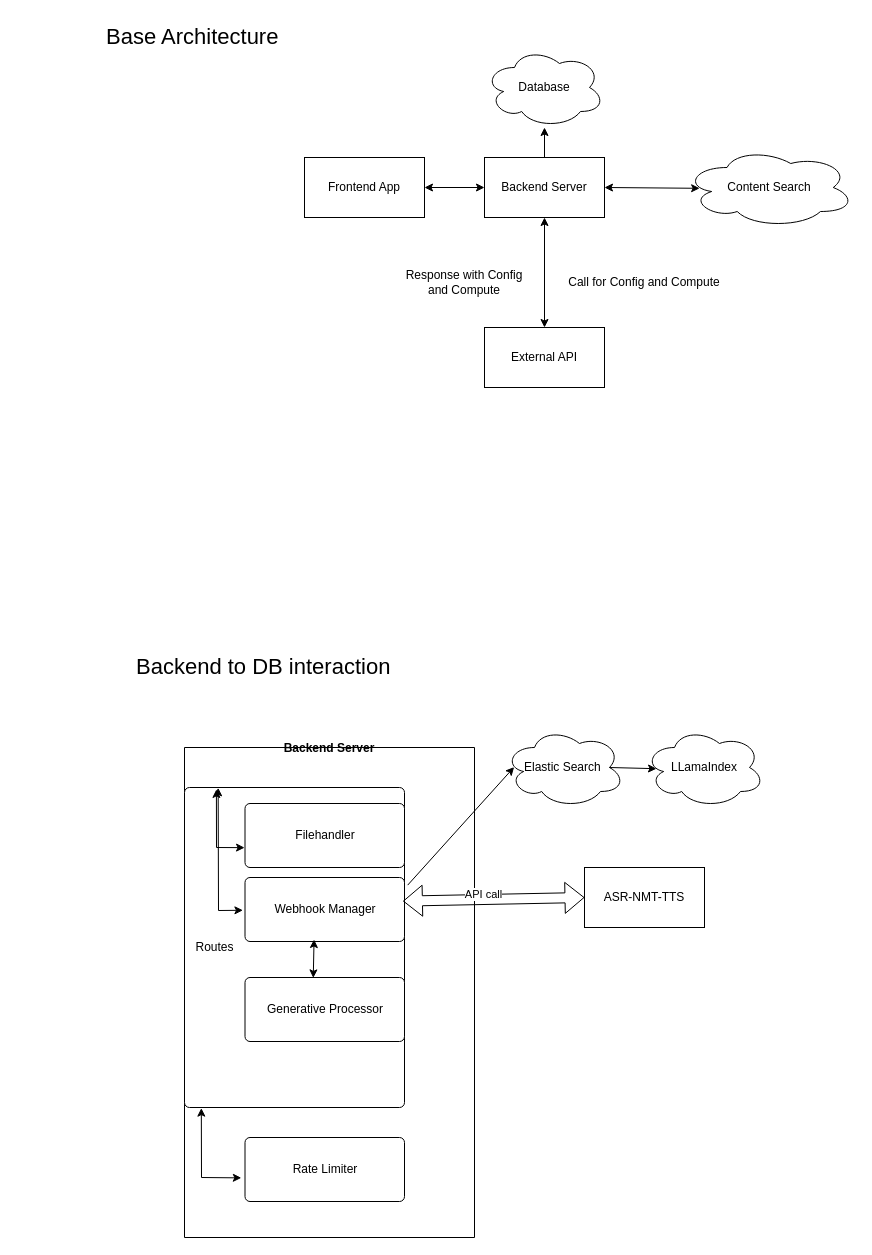
Earlier version of the draw.io diagram System Architecture.drawio (Paas-ai/Counsel). Source tidied: cells renumbered, new cells numbered last; positions are measured from the earlier drawing's top-left corner, leaving out a move shared by most shapes. Both pictures are drawn from the tidied source at 100%, with x=0, y=0 at pixel (104, 17).
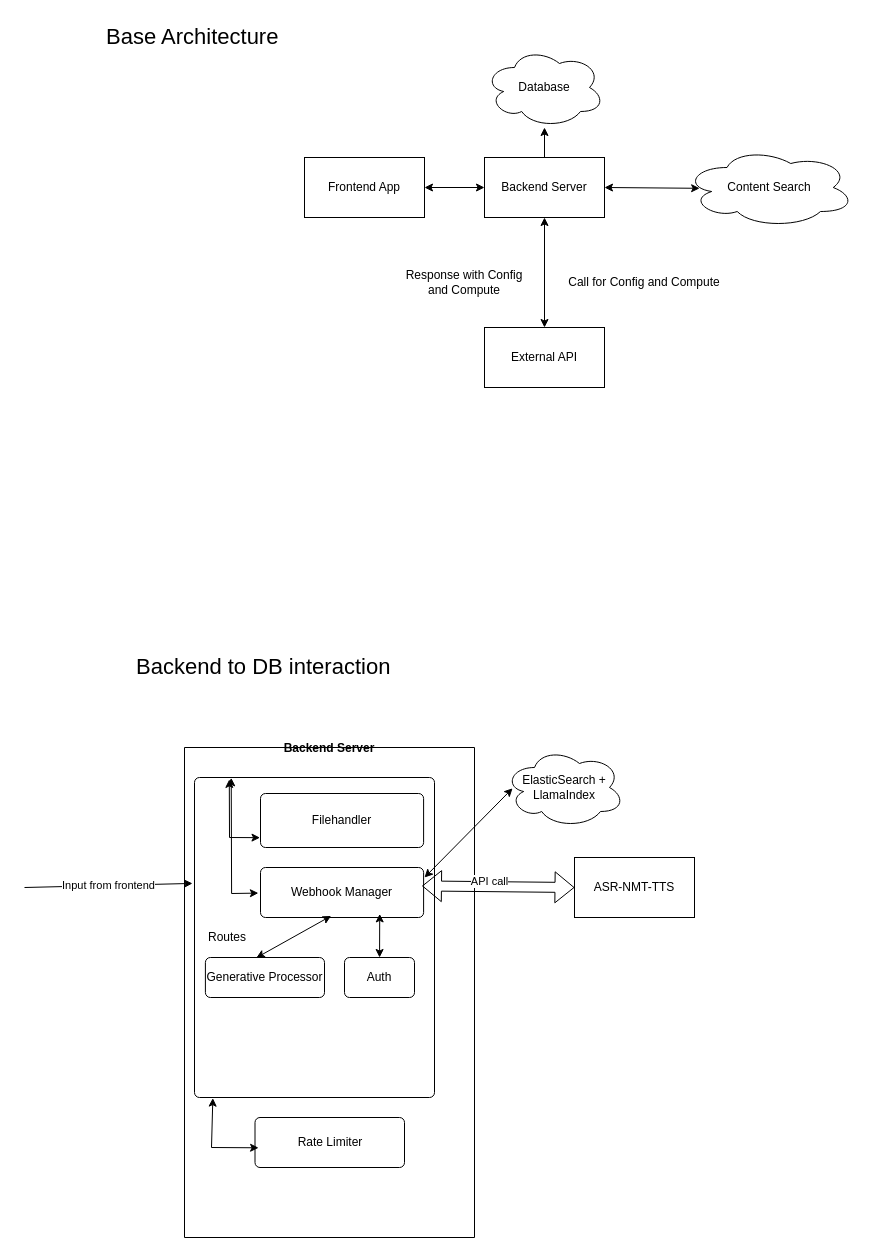
The same diagram, later.

The change refers to these unchanged cells:
```xml
<mxCell id="18" value="Backend Server" style="swimlane;startSize=0;" parent="1" vertex="1">
  <mxGeometry x="80" y="730" width="290" height="490" as="geometry" />
</mxCell>
```

Diff of the diagram source:
```diff
@@
-    <mxCell id="14" value="Elastic Search&amp;nbsp;" style="ellipse;shape=cloud;whiteSpace=wrap;html=1;" parent="1" vertex="1">
-      <mxGeometry x="400" y="710" width="120" height="80" as="geometry" />
+    <mxCell id="14" value="ElasticSearch + LlamaIndex" style="ellipse;shape=cloud;whiteSpace=wrap;html=1;" parent="1" vertex="1">
+      <mxGeometry x="400" y="730" width="120" height="80" as="geometry" />
     </mxCell>
-    <mxCell id="15" style="endArrow=classic;html=1;rounded=0;exitX=0.875;exitY=0.5;exitDx=0;exitDy=0;exitPerimeter=0;entryX=0.1;entryY=0.515;entryDx=0;entryDy=0;entryPerimeter=0;" parent="1" edge="1" source="14" target="16">
-      <mxGeometry relative="1" as="geometry" />
-    </mxCell>
-    <mxCell id="16" value="LLamaIndex" style="ellipse;shape=cloud;whiteSpace=wrap;html=1;" parent="1" vertex="1">
-      <mxGeometry x="540" y="710" width="120" height="80" as="geometry" />
-    </mxCell>
-    <mxCell id="17" style="endArrow=classic;html=1;rounded=0;exitX=1.02;exitY=0.119;exitDx=0;exitDy=0;entryX=0.08;entryY=0.495;entryDx=0;entryDy=0;entryPerimeter=0;exitPerimeter=0;" parent="1" edge="1" source="22" target="14">
-      <mxGeometry relative="1" as="geometry" />
-    </mxCell>
@@
     <mxCell id="19" style="rounded=1;absoluteArcSize=1;html=1;arcSize=10;" parent="18" vertex="1">
-      <mxGeometry y="40" width="220" height="320" as="geometry" />
+      <mxGeometry x="10" y="30" width="240" height="320" as="geometry" />
     </mxCell>
     <mxCell id="20" value="Routes" style="html=1;shape=mxgraph.er.anchor;whiteSpace=wrap;" parent="19" vertex="1">
-      <mxGeometry width="60.5" height="320" as="geometry" />
+      <mxGeometry width="66" height="320" as="geometry" />
     </mxCell>
     <mxCell id="21" value="Filehandler" style="rounded=1;absoluteArcSize=1;html=1;arcSize=10;whiteSpace=wrap;strokeColor=inherit;fillColor=inherit;" parent="19" vertex="1">
-      <mxGeometry x="60.5" y="16" width="159.5" height="64" as="geometry" />
+      <mxGeometry x="66" y="16" width="163.1" height="54" as="geometry" />
     </mxCell>
     <mxCell id="22" value="Webhook Manager" style="rounded=1;absoluteArcSize=1;html=1;arcSize=10;whiteSpace=wrap;points=[];strokeColor=inherit;fillColor=inherit;" parent="19" vertex="1">
-      <mxGeometry x="60.5" y="90" width="159.5" height="64" as="geometry" />
+      <mxGeometry x="66" y="90" width="163.1" height="50" as="geometry" />
     </mxCell>
     <mxCell id="23" style="endArrow=classic;startArrow=classic;html=1;rounded=0;exitX=-0.013;exitY=0.512;exitDx=0;exitDy=0;exitPerimeter=0;entryX=0.153;entryY=0.001;entryDx=0;entryDy=0;entryPerimeter=0;" parent="19" edge="1" source="22" target="19">
       <mxGeometry relative="1" as="geometry">
         <Array as="points">
-          <mxPoint x="34" y="123" />
+          <mxPoint x="37.1" y="116" />
         </Array>
       </mxGeometry>
     </mxCell>
     <mxCell id="24" value="Generative Processor" style="rounded=1;absoluteArcSize=1;html=1;arcSize=10;whiteSpace=wrap;points=[];strokeColor=inherit;fillColor=inherit;" parent="19" vertex="1">
-      <mxGeometry x="60.5" y="190" width="159.5" height="64" as="geometry" />
+      <mxGeometry x="10.9" y="180" width="119.1" height="40" as="geometry" />
     </mxCell>
@@
+    <mxCell id="33" value="Auth" style="rounded=1;absoluteArcSize=1;html=1;arcSize=10;whiteSpace=wrap;points=[];strokeColor=inherit;fillColor=inherit;" parent="19" vertex="1">
+      <mxGeometry x="150" y="180" width="70" height="40" as="geometry" />
+    </mxCell>
+    <mxCell id="34" style="endArrow=classic;startArrow=classic;html=1;rounded=0;entryX=0.731;entryY=0.928;entryDx=0;entryDy=0;entryPerimeter=0;" parent="19" edge="1" source="33" target="22">
+      <mxGeometry relative="1" as="geometry" />
+    </mxCell>
     <mxCell id="26" style="endArrow=classic;startArrow=classic;html=1;rounded=0;exitX=0.273;exitY=0.188;exitDx=0;exitDy=0;exitPerimeter=0;entryX=0.145;entryY=0.006;entryDx=0;entryDy=0;entryPerimeter=0;" parent="18" edge="1" source="19" target="19">
       <mxGeometry relative="1" as="geometry">
         <Array as="points">
-          <mxPoint x="32" y="100" />
+          <mxPoint x="45" y="90" />
         </Array>
       </mxGeometry>
     </mxCell>
     <mxCell id="27" value="Rate Limiter" style="rounded=1;absoluteArcSize=1;html=1;arcSize=10;whiteSpace=wrap;points=[];strokeColor=inherit;fillColor=inherit;" parent="18" vertex="1">
-      <mxGeometry x="60.5" y="390" width="159.5" height="64" as="geometry" />
+      <mxGeometry x="70.5" y="370" width="149.5" height="50" as="geometry" />
     </mxCell>
-    <mxCell id="28" style="endArrow=classic;startArrow=classic;html=1;rounded=0;exitX=0.278;exitY=1.002;exitDx=0;exitDy=0;exitPerimeter=0;entryX=-0.023;entryY=0.631;entryDx=0;entryDy=0;entryPerimeter=0;" parent="18" edge="1" source="20" target="27">
+    <mxCell id="28" style="endArrow=classic;startArrow=classic;html=1;rounded=0;exitX=0.278;exitY=1.002;exitDx=0;exitDy=0;exitPerimeter=0;entryX=0.024;entryY=0.606;entryDx=0;entryDy=0;entryPerimeter=0;" parent="18" edge="1" source="20" target="27">
       <mxGeometry relative="1" as="geometry">
         <Array as="points">
-          <mxPoint x="17" y="430" />
+          <mxPoint x="27" y="400" />
         </Array>
       </mxGeometry>
     </mxCell>
+    <mxCell id="35" style="endArrow=classic;startArrow=classic;html=1;rounded=0;entryX=0.067;entryY=0.51;entryDx=0;entryDy=0;entryPerimeter=0;" parent="18" edge="1" target="14">
+      <mxGeometry relative="1" as="geometry">
+        <mxPoint x="240" y="130" as="sourcePoint" />
+      </mxGeometry>
+    </mxCell>
     <mxCell id="29" style="shape=flexArrow;endArrow=classic;startArrow=classic;html=1;rounded=0;exitX=0.99;exitY=0.369;exitDx=0;exitDy=0;exitPerimeter=0;" parent="1" edge="1" source="22">
       <mxGeometry relative="1" as="geometry">
-        <mxPoint x="480" y="880" as="targetPoint" />
+        <mxPoint x="470" y="870" as="targetPoint" />
       </mxGeometry>
     </mxCell>
@@
     <mxCell id="31" value="ASR-NMT-TTS" style="rounded=0;whiteSpace=wrap;html=1;" parent="1" vertex="1">
-      <mxGeometry x="480" y="850" width="120" height="60" as="geometry" />
+      <mxGeometry x="470" y="840" width="120" height="60" as="geometry" />
     </mxCell>
@@
+    <mxCell id="36" value="Input from frontend" style="endArrow=classic;html=1;rounded=0;entryX=-0.03;entryY=0.331;entryDx=0;entryDy=0;entryPerimeter=0;" parent="1" edge="1" target="20">
+      <mxGeometry relative="1" as="geometry">
+        <mxPoint x="-80" y="870" as="sourcePoint" />
+      </mxGeometry>
+    </mxCell>
```
